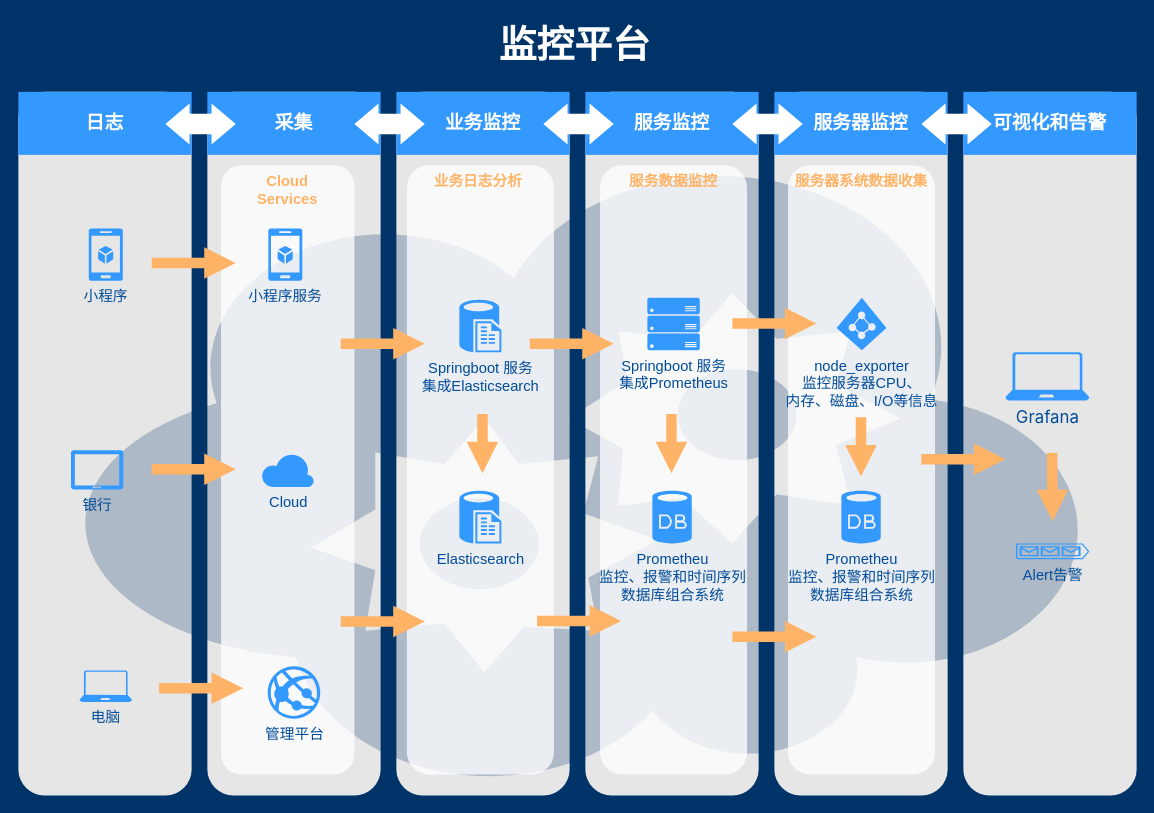
Earlier version of the draw.io diagram 监控平台.drawio (wuyongfeng/wuyongfeng). Source tidied: cells renumbered, new cells numbered last; positions are measured from the earlier drawing's top-left corner, leaving out a move shared by most shapes. Both pictures are drawn from the tidied source at 105%, with x=0, y=0 at pixel (18, 18).
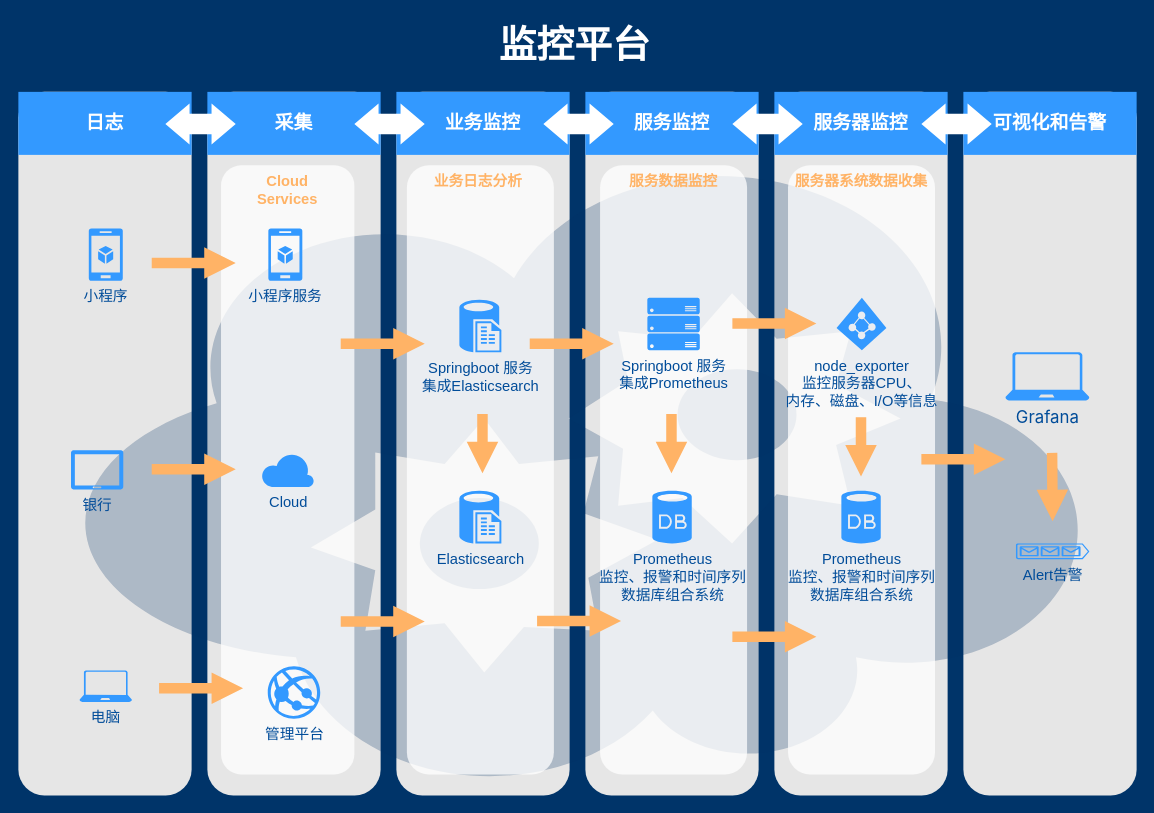
After the change.

The edit, as a diff of the source:
```diff
@@
-    <mxCell id="27" value="Prometheu&lt;br&gt;监控、报警和时间序列&lt;br&gt;数据库组合系统" style="verticalLabelPosition=bottom;html=1;verticalAlign=top;strokeColor=none;fillColor=#3399FF;shape=mxgraph.azure.database;dashed=1;fontFamily=Helvetica;fontSize=14;fontColor=#004C99;" parent="1" vertex="1">
+    <mxCell id="27" value="Prometheus&lt;br&gt;监控、报警和时间序列&lt;br&gt;数据库组合系统" style="verticalLabelPosition=bottom;html=1;verticalAlign=top;strokeColor=none;fillColor=#3399FF;shape=mxgraph.azure.database;dashed=1;fontFamily=Helvetica;fontSize=14;fontColor=#004C99;" parent="1" vertex="1">
       <mxGeometry x="603.8" y="450" width="37.5" height="50" as="geometry" />
     </mxCell>
@@
-    <mxCell id="51" value="Prometheu&lt;br&gt;监控、报警和时间序列&lt;br&gt;数据库组合系统" style="verticalLabelPosition=bottom;html=1;verticalAlign=top;strokeColor=none;fillColor=#3399FF;shape=mxgraph.azure.database;dashed=1;fontFamily=Helvetica;fontSize=14;fontColor=#004C99;" parent="1" vertex="1">
+    <mxCell id="51" value="Prometheus&lt;br&gt;监控、报警和时间序列&lt;br&gt;数据库组合系统" style="verticalLabelPosition=bottom;html=1;verticalAlign=top;strokeColor=none;fillColor=#3399FF;shape=mxgraph.azure.database;dashed=1;fontFamily=Helvetica;fontSize=14;fontColor=#004C99;" parent="1" vertex="1">
       <mxGeometry x="783.8" y="450" width="37.5" height="50" as="geometry" />
     </mxCell>
```
